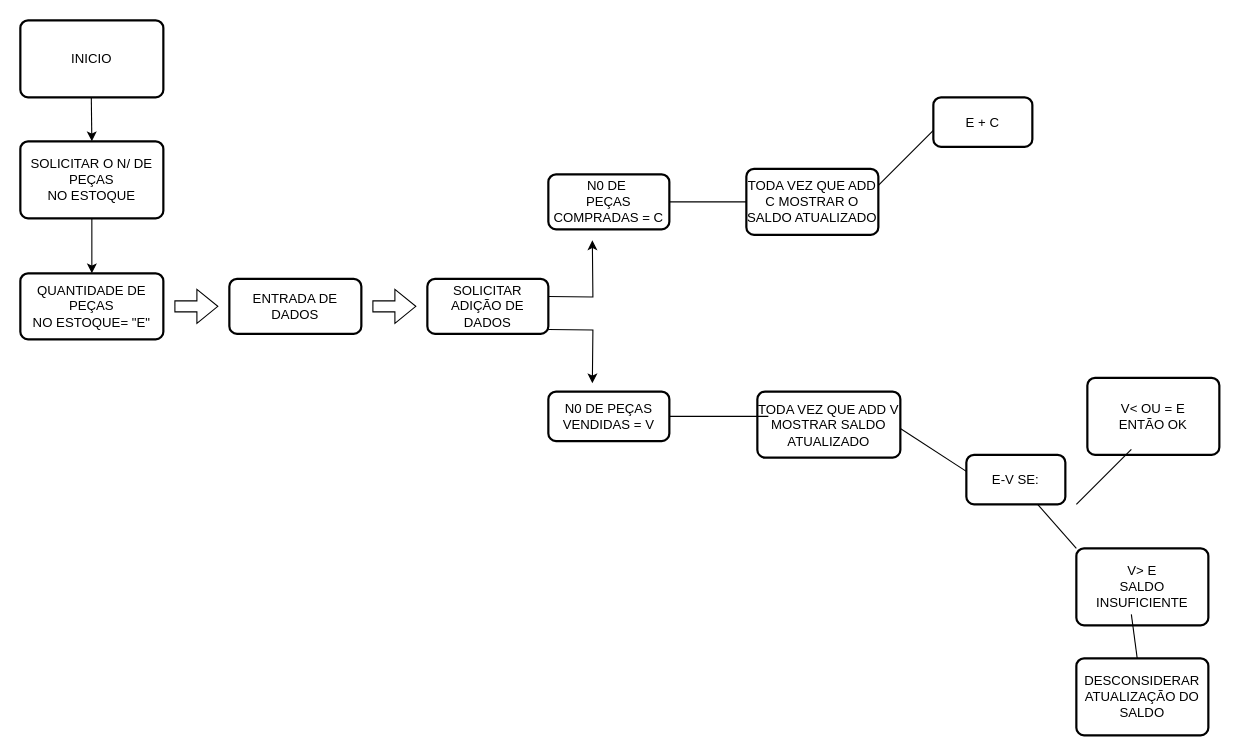
The draw.io diagram page "Página-2" (2 of 2) of Diagrama sem nome.drawio in Ins1d3r8/Primeiro-Algor-tmo, before the edit. Source tidied: cells renumbered, new cells numbered last; positions are measured from the earlier drawing's top-left corner, leaving out a move shared by most shapes. Both pictures are drawn from the tidied source at 110%, with x=0, y=0 at pixel (20, 20).
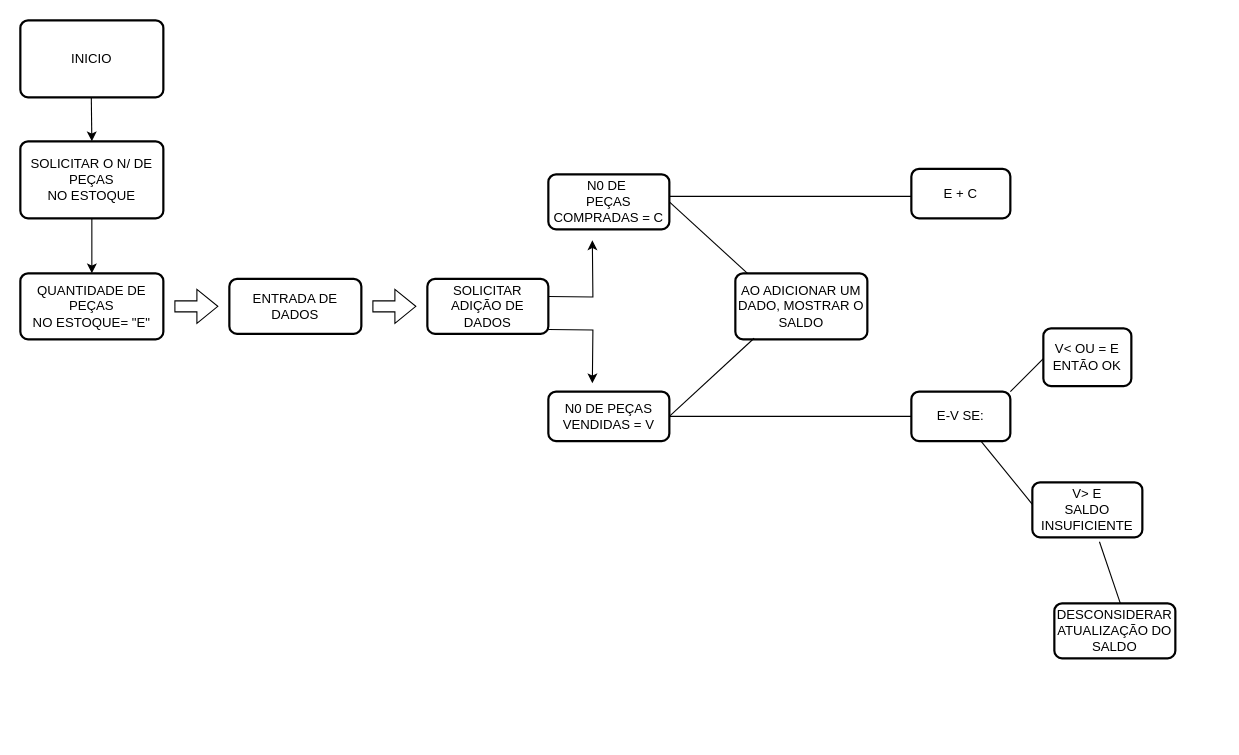
Above is the later version.

Unchanged cells that the change refers to:
```xml
<mxCell id="9" value="N0 DE PEÇAS VENDIDAS = V" style="rounded=1;whiteSpace=wrap;html=1;absoluteArcSize=1;arcSize=14;strokeWidth=2;" parent="1" vertex="1">
  <mxGeometry x="480" y="337.5" width="110" height="45" as="geometry" />
</mxCell>
<mxCell id="12" value="&lt;div&gt;N0 DE&amp;nbsp;&lt;/div&gt;&lt;div&gt;PEÇAS&lt;/div&gt;&lt;div&gt;COMPRADAS = C&lt;/div&gt;" style="rounded=1;whiteSpace=wrap;html=1;absoluteArcSize=1;arcSize=14;strokeWidth=2;" parent="1" vertex="1">
  <mxGeometry x="480" y="140" width="110" height="50" as="geometry" />
</mxCell>
```

Diff of the diagram source:
```diff
@@
     <mxCell id="14" value="E + C" style="rounded=1;whiteSpace=wrap;html=1;absoluteArcSize=1;arcSize=14;strokeWidth=2;" parent="1" vertex="1">
-      <mxGeometry x="830" y="70" width="90" height="45" as="geometry" />
+      <mxGeometry x="810" y="135" width="90" height="45" as="geometry" />
     </mxCell>
-    <mxCell id="15" style="endArrow=none;html=1;rounded=0;exitX=1;exitY=0.5;exitDx=0;exitDy=0;" parent="1" edge="1" source="12">
-      <mxGeometry relative="1" as="geometry">
-        <mxPoint x="660" y="165" as="targetPoint" />
-      </mxGeometry>
+    <mxCell id="15" style="endArrow=none;html=1;rounded=0;exitX=1;exitY=0.5;exitDx=0;exitDy=0;entryX=0.092;entryY=0;entryDx=0;entryDy=0;entryPerimeter=0;" parent="1" edge="1" source="12" target="24">
+      <mxGeometry relative="1" as="geometry" />
     </mxCell>
     <mxCell id="16" value="&lt;div&gt;V&amp;lt; OU = E &lt;br&gt;&lt;/div&gt;&lt;div&gt;ENTÃO OK&lt;br&gt;&lt;/div&gt;" style="rounded=1;whiteSpace=wrap;html=1;absoluteArcSize=1;arcSize=14;strokeWidth=2;" parent="1" vertex="1">
-      <mxGeometry x="970" y="325" width="120" height="70" as="geometry" />
+      <mxGeometry x="930" y="280" width="80" height="52.5" as="geometry" />
     </mxCell>
     <mxCell id="17" value="E-V SE:" style="rounded=1;whiteSpace=wrap;html=1;absoluteArcSize=1;arcSize=14;strokeWidth=2;" parent="1" vertex="1">
-      <mxGeometry x="860" y="395" width="90" height="45" as="geometry" />
+      <mxGeometry x="810" y="337.5" width="90" height="45" as="geometry" />
     </mxCell>
     <mxCell id="18" style="endArrow=none;html=1;rounded=0;exitX=1;exitY=0.5;exitDx=0;exitDy=0;" parent="1" edge="1">
       <mxGeometry relative="1" as="geometry">
-        <mxPoint x="800" y="371.1" as="sourcePoint" />
-        <mxPoint x="860" y="410" as="targetPoint" />
+        <mxPoint x="590" y="360" as="sourcePoint" />
+        <mxPoint x="810" y="360" as="targetPoint" />
       </mxGeometry>
     </mxCell>
     <mxCell id="19" value="&lt;div&gt;V&amp;gt; E &lt;br&gt;&lt;/div&gt;&lt;div&gt;SALDO INSUFICIENTE&lt;br&gt;&lt;/div&gt;" style="rounded=1;whiteSpace=wrap;html=1;absoluteArcSize=1;arcSize=14;strokeWidth=2;" parent="1" vertex="1">
-      <mxGeometry x="960" y="480" width="120" height="70" as="geometry" />
+      <mxGeometry x="920" y="420" width="100" height="50" as="geometry" />
     </mxCell>
     <mxCell id="20" style="endArrow=none;html=1;rounded=0;" parent="1" edge="1">
       <mxGeometry relative="1" as="geometry">
-        <mxPoint x="960" y="440" as="sourcePoint" />
-        <mxPoint x="1010" y="390" as="targetPoint" />
+        <mxPoint x="900" y="337.5" as="sourcePoint" />
+        <mxPoint x="930" y="307.5" as="targetPoint" />
       </mxGeometry>
     </mxCell>
     <mxCell id="21" style="endArrow=none;html=1;rounded=0;" parent="1" edge="1" source="17">
       <mxGeometry relative="1" as="geometry">
-        <mxPoint x="960" y="480" as="targetPoint" />
+        <mxPoint x="920" y="440" as="targetPoint" />
       </mxGeometry>
     </mxCell>
     <mxCell id="22" value="DESCONSIDERAR ATUALIZAÇÃO DO SALDO" style="rounded=1;whiteSpace=wrap;html=1;absoluteArcSize=1;arcSize=14;strokeWidth=2;" parent="1" vertex="1">
-      <mxGeometry x="960" y="580" width="120" height="70" as="geometry" />
+      <mxGeometry x="940" y="530" width="110" height="50" as="geometry" />
     </mxCell>
-    <mxCell id="23" style="endArrow=none;html=1;rounded=0;" parent="1" edge="1" source="22">
+    <mxCell id="23" style="endArrow=none;html=1;rounded=0;entryX=0.61;entryY=1.08;entryDx=0;entryDy=0;entryPerimeter=0;" parent="1" edge="1" target="19">
       <mxGeometry relative="1" as="geometry">
-        <mxPoint x="1010" y="540" as="targetPoint" />
+        <mxPoint x="1000" y="530" as="sourcePoint" />
       </mxGeometry>
     </mxCell>
-    <mxCell id="24" value="TODA VEZ QUE ADD C MOSTRAR O SALDO ATUALIZADO " style="rounded=1;whiteSpace=wrap;html=1;absoluteArcSize=1;arcSize=14;strokeWidth=2;" parent="1" vertex="1">
-      <mxGeometry x="660" y="135" width="120" height="60" as="geometry" />
+    <mxCell id="24" value="AO ADICIONAR UM DADO, MOSTRAR O SALDO" style="rounded=1;whiteSpace=wrap;html=1;absoluteArcSize=1;arcSize=14;strokeWidth=2;" parent="1" vertex="1">
+      <mxGeometry x="650" y="230" width="120" height="60" as="geometry" />
     </mxCell>
     <mxCell id="25" style="endArrow=none;html=1;rounded=0;" parent="1" edge="1">
       <mxGeometry relative="1" as="geometry">
-        <mxPoint x="780" y="150" as="sourcePoint" />
-        <mxPoint x="830" y="100" as="targetPoint" />
+        <mxPoint x="590" y="160" as="sourcePoint" />
+        <mxPoint x="810" y="160" as="targetPoint" />
       </mxGeometry>
     </mxCell>
-    <mxCell id="26" value="TODA VEZ QUE ADD V MOSTRAR SALDO ATUALIZADO" style="rounded=1;whiteSpace=wrap;html=1;absoluteArcSize=1;arcSize=14;strokeWidth=2;" parent="1" vertex="1">
-      <mxGeometry x="670" y="337.5" width="130" height="60" as="geometry" />
-    </mxCell>
-    <mxCell id="27" style="endArrow=none;html=1;rounded=0;entryX=1;entryY=0.5;entryDx=0;entryDy=0;" parent="1" edge="1" target="9">
-      <mxGeometry relative="1" as="geometry">
-        <mxPoint x="680" y="360" as="sourcePoint" />
-      </mxGeometry>
+    <mxCell id="27" style="endArrow=none;html=1;rounded=0;entryX=1;entryY=0.5;entryDx=0;entryDy=0;exitX=0.142;exitY=0.983;exitDx=0;exitDy=0;exitPerimeter=0;" parent="1" edge="1" source="24" target="9">
+      <mxGeometry relative="1" as="geometry" />
     </mxCell>
```
